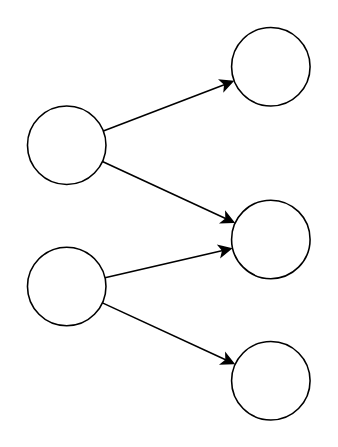
Above: img/sparsity.drawio in AleksasVaitulevicius/masters_latex (draw.io), before the change. Source tidied: cells renumbered, new cells numbered last; positions are measured from the earlier drawing's top-left corner, leaving out a move shared by most shapes. Both pictures are drawn from the tidied source at 157%, with x=0, y=0 at pixel (27, 27).
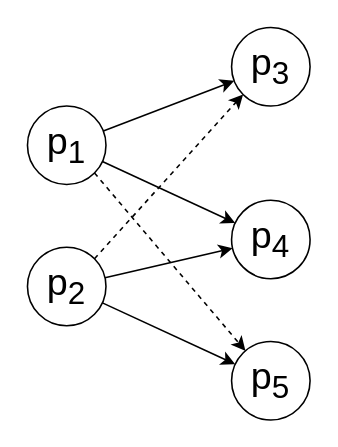
The same diagram, later.

Diff of the diagram source:
```diff
@@
 <mxGraphModel>
   <root>
     <mxCell id="0" />
     <mxCell id="1" parent="0" />
-    <mxCell id="2" style="endArrow=classic;html=1;" parent="1" edge="1" source="4" target="8">
+    <mxCell id="2" style="endArrow=classic;html=1;fontSize=24;" parent="1" edge="1" source="4" target="8">
       <mxGeometry relative="1" as="geometry" />
     </mxCell>
-    <mxCell id="3" style="endArrow=classic;html=1;" parent="1" edge="1" source="4" target="9">
+    <mxCell id="3" style="endArrow=classic;html=1;fontSize=24;" parent="1" edge="1" source="4" target="9">
       <mxGeometry relative="1" as="geometry" />
     </mxCell>
-    <mxCell id="4" style="ellipse;whiteSpace=wrap;html=1;" parent="1" vertex="1">
+    <mxCell id="4" value="p&lt;span style=&quot;font-size: 24px&quot;&gt;&lt;sub&gt;1&lt;/sub&gt;&lt;/span&gt;" style="ellipse;whiteSpace=wrap;html=1;fontSize=24;" parent="1" vertex="1">
       <mxGeometry y="50" width="50" height="50" as="geometry" />
     </mxCell>
-    <mxCell id="5" style="endArrow=classic;html=1;" parent="1" edge="1" source="7" target="9">
+    <mxCell id="5" style="endArrow=classic;html=1;fontSize=24;" parent="1" edge="1" source="7" target="9">
       <mxGeometry relative="1" as="geometry" />
     </mxCell>
-    <mxCell id="6" style="endArrow=classic;html=1;" parent="1" edge="1" source="7" target="10">
+    <mxCell id="6" style="endArrow=classic;html=1;fontSize=24;" parent="1" edge="1" source="7" target="10">
       <mxGeometry relative="1" as="geometry" />
     </mxCell>
-    <mxCell id="7" style="ellipse;whiteSpace=wrap;html=1;" parent="1" vertex="1">
+    <mxCell id="7" value="&lt;span style=&quot;font-size: 24px&quot;&gt;p&lt;/span&gt;&lt;span style=&quot;font-size: 24px&quot;&gt;&lt;sub&gt;2&lt;/sub&gt;&lt;/span&gt;" style="ellipse;whiteSpace=wrap;html=1;fontSize=24;" parent="1" vertex="1">
       <mxGeometry y="140" width="50" height="50" as="geometry" />
     </mxCell>
-    <mxCell id="8" style="ellipse;whiteSpace=wrap;html=1;" parent="1" vertex="1">
+    <mxCell id="8" value="&lt;span style=&quot;font-size: 24px&quot;&gt;p&lt;/span&gt;&lt;span style=&quot;font-size: 24px&quot;&gt;&lt;sub&gt;3&lt;/sub&gt;&lt;/span&gt;" style="ellipse;whiteSpace=wrap;html=1;fontSize=24;" parent="1" vertex="1">
       <mxGeometry x="130" width="50" height="50" as="geometry" />
     </mxCell>
-    <mxCell id="9" style="ellipse;whiteSpace=wrap;html=1;" parent="1" vertex="1">
+    <mxCell id="9" value="&lt;span style=&quot;font-size: 24px&quot;&gt;p&lt;/span&gt;&lt;span style=&quot;font-size: 24px&quot;&gt;&lt;sub&gt;4&lt;/sub&gt;&lt;/span&gt;" style="ellipse;whiteSpace=wrap;html=1;fontSize=24;" parent="1" vertex="1">
       <mxGeometry x="130" y="110" width="50" height="50" as="geometry" />
     </mxCell>
-    <mxCell id="10" style="ellipse;whiteSpace=wrap;html=1;" parent="1" vertex="1">
+    <mxCell id="10" value="&lt;span style=&quot;font-size: 24px&quot;&gt;p&lt;/span&gt;&lt;span style=&quot;font-size: 24px&quot;&gt;&lt;sub&gt;5&lt;/sub&gt;&lt;/span&gt;" style="ellipse;whiteSpace=wrap;html=1;fontSize=24;" parent="1" vertex="1">
       <mxGeometry x="130" y="200" width="50" height="50" as="geometry" />
     </mxCell>
+    <mxCell id="11" style="endArrow=classic;html=1;dashed=1;exitX=1;exitY=1;exitDx=0;exitDy=0;fontSize=24;" parent="1" edge="1" source="4" target="10">
+      <mxGeometry relative="1" as="geometry" />
+    </mxCell>
+    <mxCell id="12" style="endArrow=classic;html=1;dashed=1;exitX=1;exitY=0;exitDx=0;exitDy=0;entryX=0;entryY=1;entryDx=0;entryDy=0;fontSize=24;" parent="1" edge="1" source="7" target="8">
+      <mxGeometry relative="1" as="geometry" />
+    </mxCell>
   </root>
 </mxGraphModel>
```
